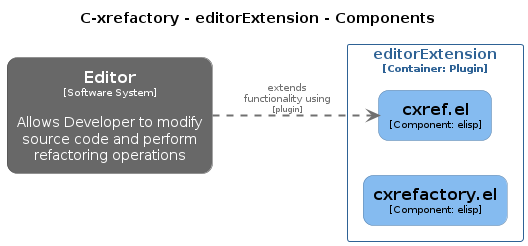
Before: EditorExtension.png, a diagram exported from PlantUML (thoni56/c-xrefactory). The source it was exported from:
```plantuml
@startuml
set separator none
title C-xrefactory - editorExtension - Components

left to right direction

skinparam {
  arrowFontSize 10
  defaultTextAlignment center
  wrapWidth 200
  maxMessageSize 100
}

hide stereotype

skinparam rectangle<<Editor>> {
  BackgroundColor #686868
  FontColor #ffffff
  BorderColor #484848
  roundCorner 20
  shadowing false
}
skinparam rectangle<<Cxrefactory.editorExtension.cxrefel>> {
  BackgroundColor #85bbf0
  FontColor #000000
  BorderColor #5d82a8
  roundCorner 20
  shadowing false
}
skinparam rectangle<<Cxrefactory.editorExtension.cxrefactoryel>> {
  BackgroundColor #85bbf0
  FontColor #000000
  BorderColor #5d82a8
  roundCorner 20
  shadowing false
}
skinparam rectangle<<Cxrefactory.editorExtension>> {
  BorderColor #2e6295
  FontColor #2e6295
  shadowing false
}

rectangle "==Editor\n<size:10>[Software System]</size>\n\nAllows Developer to modify source code and perform refactoring operations" <<Editor>> as Editor

rectangle "editorExtension\n<size:10>[Container: Plugin]</size>" <<Cxrefactory.editorExtension>> {
  rectangle "==cxref.el\n<size:10>[Component: elisp]</size>" <<Cxrefactory.editorExtension.cxrefel>> as Cxrefactory.editorExtension.cxrefel
  rectangle "==cxrefactory.el\n<size:10>[Component: elisp]</size>" <<Cxrefactory.editorExtension.cxrefactoryel>> as Cxrefactory.editorExtension.cxrefactoryel
}

Editor .[#707070,thickness=2].> Cxrefactory.editorExtension.cxrefel : "<color:#707070>extends functionality using\n<color:#707070><size:8>[plugin]</size>"
@enduml
```
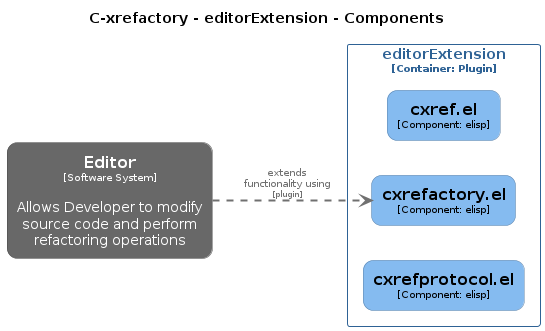
Later version of the same file.

What changed in the source:
```diff
@@ -34,6 +34,13 @@
   roundCorner 20
   shadowing false
 }
+skinparam rectangle<<Cxrefactory.editorExtension.cxrefprotocolel>> {
+  BackgroundColor #85bbf0
+  FontColor #000000
+  BorderColor #5d82a8
+  roundCorner 20
+  shadowing false
+}
 skinparam rectangle<<Cxrefactory.editorExtension>> {
   BorderColor #2e6295
   FontColor #2e6295
@@ -45,7 +52,8 @@
 rectangle "editorExtension\n<size:10>[Container: Plugin]</size>" <<Cxrefactory.editorExtension>> {
   rectangle "==cxref.el\n<size:10>[Component: elisp]</size>" <<Cxrefactory.editorExtension.cxrefel>> as Cxrefactory.editorExtension.cxrefel
   rectangle "==cxrefactory.el\n<size:10>[Component: elisp]</size>" <<Cxrefactory.editorExtension.cxrefactoryel>> as Cxrefactory.editorExtension.cxrefactoryel
+  rectangle "==cxrefprotocol.el\n<size:10>[Component: elisp]</size>" <<Cxrefactory.editorExtension.cxrefprotocolel>> as Cxrefactory.editorExtension.cxrefprotocolel
 }
 
-Editor .[#707070,thickness=2].> Cxrefactory.editorExtension.cxrefel : "<color:#707070>extends functionality using\n<color:#707070><size:8>[plugin]</size>"
+Editor .[#707070,thickness=2].> Cxrefactory.editorExtension.cxrefactoryel : "<color:#707070>extends functionality using\n<color:#707070><size:8>[plugin]</size>"
 @enduml
```
